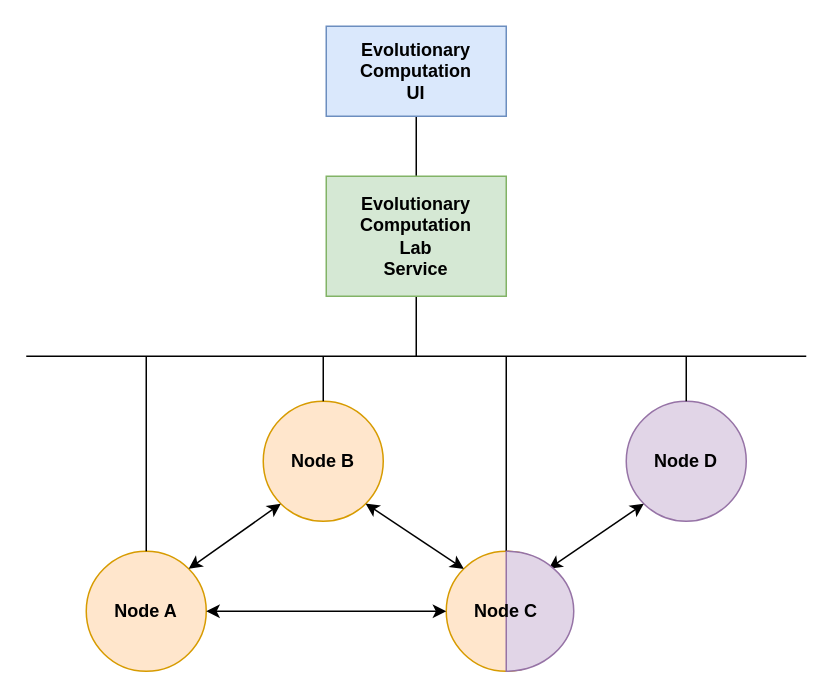
mleszczynski-dev/EvolutionaryComputationLab keeps this draw.io diagram as doc/architecture.drawio. Above is the earlier version. Source tidied: cells renumbered, new cells numbered last; positions are measured from the earlier drawing's top-left corner, leaving out a move shared by most shapes. Both pictures are drawn from the tidied source at 150%, with x=0, y=0 at pixel (26, 26).
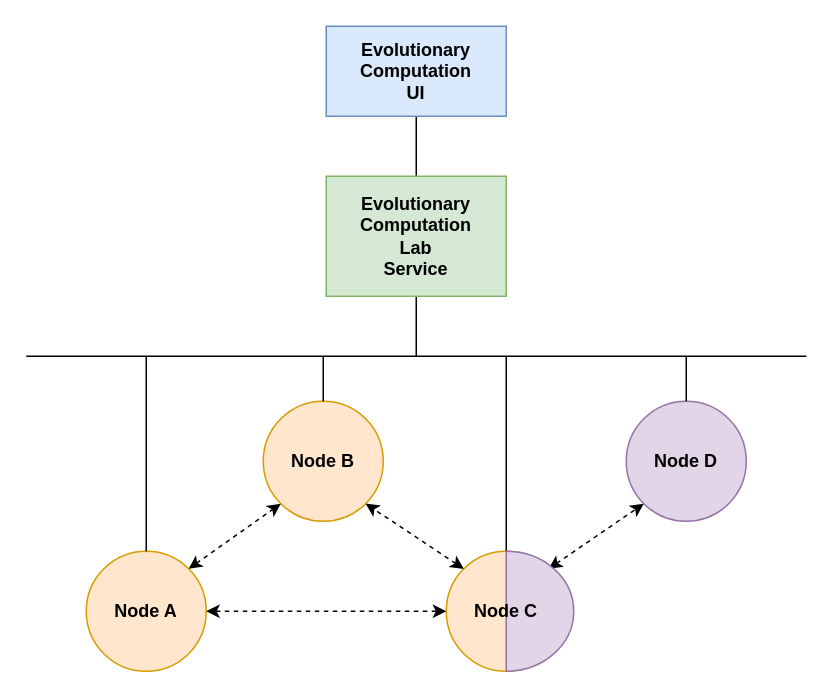
Above is the later version.

Unchanged cells that the change refers to:
```xml
<mxCell id="2" value="&lt;b&gt;Node A&lt;/b&gt;" style="ellipse;whiteSpace=wrap;html=1;fillColor=#ffe6cc;strokeColor=#d79b00;" parent="1" vertex="1">
  <mxGeometry x="40" y="350" width="80" height="80" as="geometry" />
</mxCell>
<mxCell id="3" value="&lt;b&gt;Node B&lt;/b&gt;" style="ellipse;whiteSpace=wrap;html=1;fillColor=#ffe6cc;strokeColor=#d79b00;" parent="1" vertex="1">
  <mxGeometry x="158" y="250" width="80" height="80" as="geometry" />
</mxCell>
<mxCell id="4" style="ellipse;whiteSpace=wrap;html=1;fillColor=#ffe6cc;strokeColor=#d79b00;gradientDirection=west;" parent="1" vertex="1">
  <mxGeometry x="280" y="350" width="80" height="80" as="geometry" />
</mxCell>
<mxCell id="14" value="&lt;div&gt;&lt;b&gt;Node D&lt;/b&gt;&lt;/div&gt;" style="ellipse;whiteSpace=wrap;html=1;fillColor=#e1d5e7;strokeColor=#9673a6;" parent="1" vertex="1">
  <mxGeometry x="400" y="250" width="80" height="80" as="geometry" />
</mxCell>
```

What changed in the source:
```diff
@@
-    <mxCell id="5" style="endArrow=classic;startArrow=classic;html=1;rounded=0;exitX=1;exitY=0.5;exitDx=0;exitDy=0;entryX=0;entryY=0.5;entryDx=0;entryDy=0;" parent="1" edge="1" source="2" target="4">
+    <mxCell id="5" style="endArrow=classic;startArrow=classic;html=1;rounded=0;exitX=1;exitY=0.5;exitDx=0;exitDy=0;entryX=0;entryY=0.5;entryDx=0;entryDy=0;dashed=1;" parent="1" edge="1" source="2" target="4">
       <mxGeometry relative="1" as="geometry" />
     </mxCell>
@@
-    <mxCell id="12" style="endArrow=classic;startArrow=classic;html=1;rounded=0;exitX=0;exitY=0;exitDx=0;exitDy=0;entryX=1;entryY=1;entryDx=0;entryDy=0;" parent="1" edge="1" source="4" target="3">
+    <mxCell id="12" style="endArrow=classic;startArrow=classic;html=1;rounded=0;exitX=0;exitY=0;exitDx=0;exitDy=0;entryX=1;entryY=1;entryDx=0;entryDy=0;dashed=1;" parent="1" edge="1" source="4" target="3">
       <mxGeometry relative="1" as="geometry" />
     </mxCell>
-    <mxCell id="13" style="endArrow=classic;startArrow=classic;html=1;rounded=0;exitX=1;exitY=0;exitDx=0;exitDy=0;entryX=0;entryY=1;entryDx=0;entryDy=0;" parent="1" edge="1" source="2" target="3">
+    <mxCell id="13" style="endArrow=classic;startArrow=classic;html=1;rounded=0;exitX=1;exitY=0;exitDx=0;exitDy=0;entryX=0;entryY=1;entryDx=0;entryDy=0;dashed=1;" parent="1" edge="1" source="2" target="3">
       <mxGeometry relative="1" as="geometry" />
     </mxCell>
@@
-    <mxCell id="15" style="endArrow=classic;startArrow=classic;html=1;rounded=0;entryX=0;entryY=1;entryDx=0;entryDy=0;exitX=1;exitY=0;exitDx=0;exitDy=0;" parent="1" edge="1" source="4" target="14">
+    <mxCell id="15" style="endArrow=classic;startArrow=classic;html=1;rounded=0;entryX=0;entryY=1;entryDx=0;entryDy=0;exitX=1;exitY=0;exitDx=0;exitDy=0;dashed=1;" parent="1" edge="1" source="4" target="14">
       <mxGeometry relative="1" as="geometry" />
     </mxCell>
```
